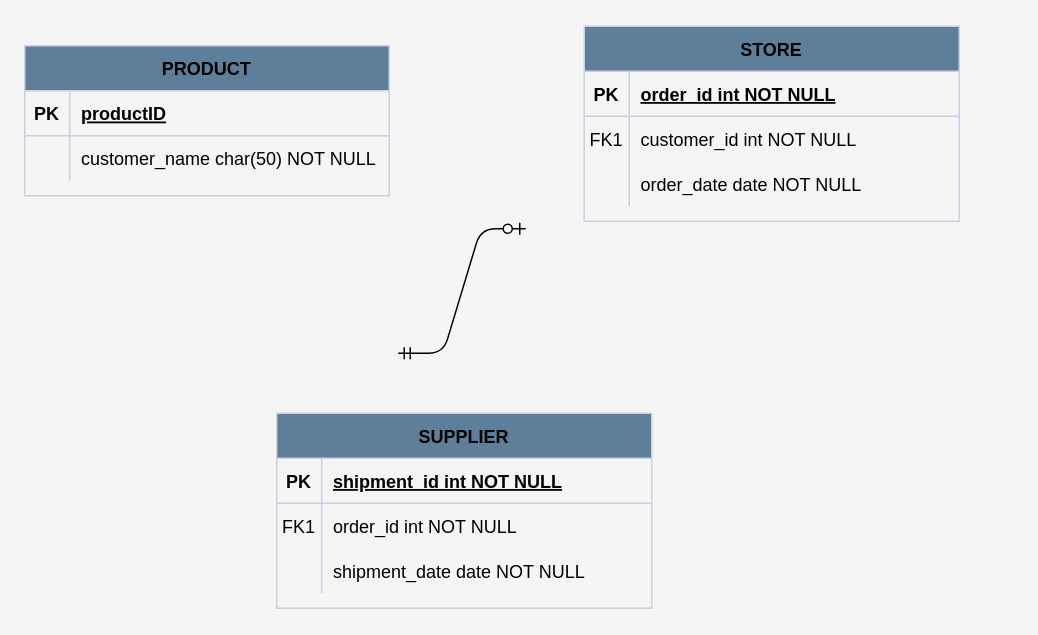
Before: Inventory Management.drawio in PLP-assignments/Database-ERD, a draw.io diagram. Source tidied: cells renumbered, new cells numbered last; positions are measured from the earlier drawing's top-left corner, leaving out a move shared by most shapes. Both pictures are drawn from the tidied source at 150%, with x=0, y=0 at pixel (24, 26).
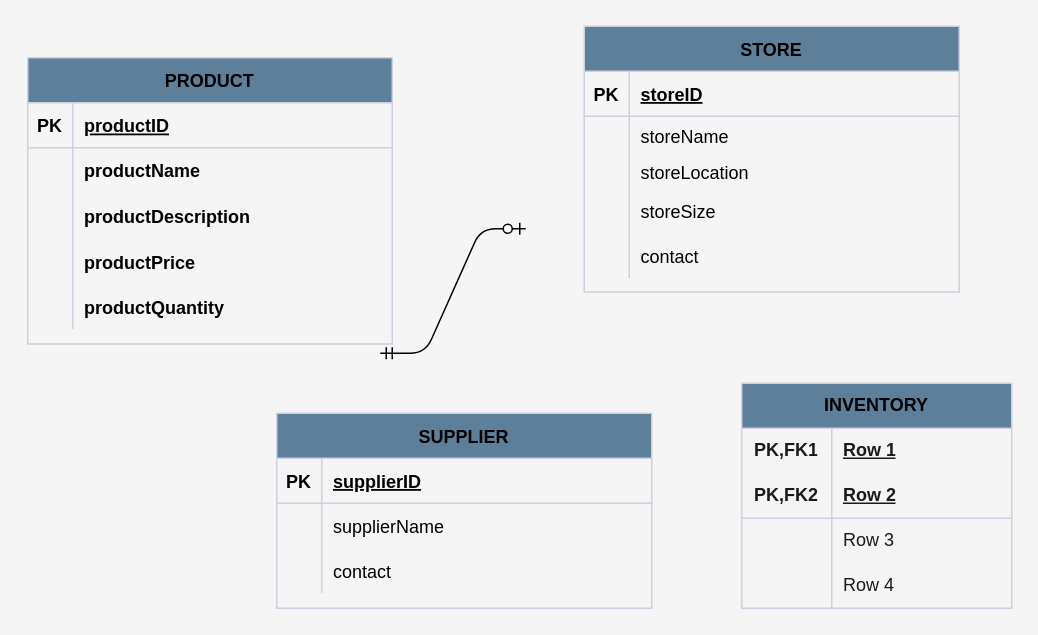
Above is the later version.

The change refers to these unchanged cells:
```xml
<mxCell id="3" style="shape=partialRectangle;fillColor=none;top=0;left=0;right=0;bottom=1;labelBackgroundColor=none;strokeColor=#D0CEE2;fontColor=default;swimlaneLine=1;shadow=0;" parent="2" vertex="1">
  <mxGeometry y="30" width="250" height="30" as="geometry" />
</mxCell>
<mxCell id="13" style="shape=partialRectangle;fillColor=none;top=0;left=0;right=0;bottom=1;labelBackgroundColor=none;strokeColor=#D0CEE2;fontColor=default;swimlaneLine=1;shadow=0;" parent="12" vertex="1">
  <mxGeometry y="30" width="250" height="30" as="geometry" />
</mxCell>
<mxCell id="16" style="shape=partialRectangle;fillColor=none;top=0;left=0;right=0;bottom=0;labelBackgroundColor=none;strokeColor=#D0CEE2;fontColor=default;swimlaneLine=1;shadow=0;" parent="12" vertex="1">
  <mxGeometry y="60" width="250" height="30" as="geometry" />
</mxCell>
<mxCell id="19" style="shape=partialRectangle;fillColor=none;top=0;left=0;right=0;bottom=0;labelBackgroundColor=none;strokeColor=#D0CEE2;fontColor=default;swimlaneLine=1;shadow=0;" parent="12" vertex="1">
  <mxGeometry y="90" width="250" height="30" as="geometry" />
</mxCell>
<mxCell id="26" style="shape=partialRectangle;fillColor=none;points=[[0,0.5],[1,0.5]];portConstraint=eastwest;top=0;left=0;right=0;bottom=0;labelBackgroundColor=none;strokeColor=#D0CEE2;fontColor=default;swimlaneLine=1;shadow=0;" parent="22" vertex="1">
  <mxGeometry y="60" width="243" height="30" as="geometry" />
</mxCell>
```

What changed in the source:
```diff
@@
     <mxCell id="2" value="STORE" style="shape=table;startSize=30;childLayout=tableLayout;rowLines=0;fontStyle=1;align=center;labelBackgroundColor=none;fillColor=#5D7F99;strokeColor=#D0CEE2;fontColor=default;swimlaneLine=1;shadow=0;" parent="1" vertex="1">
-      <mxGeometry x="373" width="250" height="130" as="geometry" />
+      <mxGeometry x="373" width="250" height="177.2" as="geometry" />
     </mxCell>
@@
-    <mxCell id="5" value="order_id int NOT NULL " style="shape=partialRectangle;overflow=hidden;fillColor=none;top=0;left=0;bottom=0;right=0;align=left;spacingLeft=6;fontStyle=5;labelBackgroundColor=none;strokeColor=#D0CEE2;fontColor=default;swimlaneLine=1;shadow=0;" parent="3" vertex="1">
+    <mxCell id="5" value="storeID" style="shape=partialRectangle;overflow=hidden;fillColor=none;top=0;left=0;bottom=0;right=0;align=left;spacingLeft=6;fontStyle=5;labelBackgroundColor=none;strokeColor=#D0CEE2;fontColor=default;swimlaneLine=1;shadow=0;" parent="3" vertex="1">
       <mxGeometry x="30" width="220" height="30" as="geometry" />
     </mxCell>
     <mxCell id="6" style="shape=partialRectangle;fillColor=none;top=0;left=0;right=0;bottom=0;labelBackgroundColor=none;strokeColor=#D0CEE2;fontColor=default;swimlaneLine=1;shadow=0;" parent="2" vertex="1">
-      <mxGeometry y="60" width="250" height="30" as="geometry" />
+      <mxGeometry y="60" width="250" height="26" as="geometry" />
     </mxCell>
-    <mxCell id="7" value="FK1" style="shape=partialRectangle;overflow=hidden;fillColor=none;top=0;left=0;bottom=0;right=0;labelBackgroundColor=none;strokeColor=#D0CEE2;fontColor=default;swimlaneLine=1;shadow=0;" parent="6" vertex="1">
-      <mxGeometry width="30" height="30" as="geometry" />
+    <mxCell id="7" style="shape=partialRectangle;overflow=hidden;fillColor=none;top=0;left=0;bottom=0;right=0;labelBackgroundColor=none;strokeColor=#D0CEE2;fontColor=default;swimlaneLine=1;shadow=0;" parent="6" vertex="1">
+      <mxGeometry width="30" height="26" as="geometry" />
     </mxCell>
-    <mxCell id="8" value="customer_id int NOT NULL" style="shape=partialRectangle;overflow=hidden;fillColor=none;top=0;left=0;bottom=0;right=0;align=left;spacingLeft=6;labelBackgroundColor=none;strokeColor=#D0CEE2;fontColor=default;swimlaneLine=1;shadow=0;" parent="6" vertex="1">
-      <mxGeometry x="30" width="220" height="30" as="geometry" />
+    <mxCell id="8" value="storeName" style="shape=partialRectangle;overflow=hidden;fillColor=none;top=0;left=0;bottom=0;right=0;align=left;spacingLeft=6;labelBackgroundColor=none;strokeColor=#D0CEE2;fontColor=default;swimlaneLine=1;shadow=0;" parent="6" vertex="1">
+      <mxGeometry x="30" width="220" height="26" as="geometry" />
     </mxCell>
     <mxCell id="9" style="shape=partialRectangle;fillColor=none;points=[[0,0.5],[1,0.5]];portConstraint=eastwest;top=0;left=0;right=0;bottom=0;labelBackgroundColor=none;strokeColor=#D0CEE2;fontColor=default;swimlaneLine=1;shadow=0;" parent="2" vertex="1">
-      <mxGeometry y="90" width="250" height="30" as="geometry" />
+      <mxGeometry y="86" width="250" height="22" as="geometry" />
     </mxCell>
     <mxCell id="10" style="shape=partialRectangle;overflow=hidden;fillColor=none;top=0;left=0;bottom=0;right=0;labelBackgroundColor=none;strokeColor=#D0CEE2;fontColor=default;swimlaneLine=1;shadow=0;" parent="9" vertex="1">
-      <mxGeometry width="30" height="30" as="geometry" />
+      <mxGeometry width="30" height="22" as="geometry" />
     </mxCell>
-    <mxCell id="11" value="order_date date NOT NULL" style="shape=partialRectangle;overflow=hidden;fillColor=none;top=0;left=0;bottom=0;right=0;align=left;spacingLeft=6;labelBackgroundColor=none;strokeColor=#D0CEE2;fontColor=default;swimlaneLine=1;shadow=0;" parent="9" vertex="1">
-      <mxGeometry x="30" width="220" height="30" as="geometry" />
+    <mxCell id="11" value="storeLocation" style="shape=partialRectangle;overflow=hidden;fillColor=none;top=0;left=0;bottom=0;right=0;align=left;spacingLeft=6;labelBackgroundColor=none;strokeColor=#D0CEE2;fontColor=default;swimlaneLine=1;shadow=0;" parent="9" vertex="1">
+      <mxGeometry x="30" width="220" height="22" as="geometry" />
     </mxCell>
+    <mxCell id="31" style="shape=partialRectangle;fillColor=none;top=0;left=0;right=0;bottom=0;labelBackgroundColor=none;strokeColor=#D0CEE2;fontColor=default;swimlaneLine=1;shadow=0;" parent="2" vertex="1">
+      <mxGeometry y="108" width="250" height="30" as="geometry" />
+    </mxCell>
+    <mxCell id="32" style="shape=partialRectangle;overflow=hidden;fillColor=none;top=0;left=0;bottom=0;right=0;labelBackgroundColor=none;strokeColor=#D0CEE2;fontColor=default;swimlaneLine=1;shadow=0;" parent="31" vertex="1">
+      <mxGeometry width="30" height="30" as="geometry" />
+    </mxCell>
+    <mxCell id="33" value="storeSize" style="shape=partialRectangle;overflow=hidden;fillColor=none;top=0;left=0;bottom=0;right=0;align=left;spacingLeft=6;labelBackgroundColor=none;strokeColor=#D0CEE2;fontColor=default;swimlaneLine=1;shadow=0;" parent="31" vertex="1">
+      <mxGeometry x="30" width="220" height="30" as="geometry" />
+    </mxCell>
+    <mxCell id="34" style="shape=partialRectangle;fillColor=none;top=0;left=0;right=0;bottom=0;labelBackgroundColor=none;strokeColor=#D0CEE2;fontColor=default;swimlaneLine=1;shadow=0;" parent="2" vertex="1">
+      <mxGeometry y="138" width="250" height="30" as="geometry" />
+    </mxCell>
+    <mxCell id="35" value="&#10;" style="shape=partialRectangle;overflow=hidden;fillColor=none;top=0;left=0;bottom=0;right=0;labelBackgroundColor=none;strokeColor=#D0CEE2;fontColor=default;swimlaneLine=1;shadow=0;" parent="34" vertex="1">
+      <mxGeometry width="30" height="30" as="geometry" />
+    </mxCell>
+    <mxCell id="36" value="contact" style="shape=partialRectangle;overflow=hidden;fillColor=none;top=0;left=0;bottom=0;right=0;align=left;spacingLeft=6;labelBackgroundColor=none;strokeColor=#D0CEE2;fontColor=default;swimlaneLine=1;shadow=0;" parent="34" vertex="1">
+      <mxGeometry x="30" width="220" height="30" as="geometry" />
+    </mxCell>
@@
-    <mxCell id="15" value="shipment_id int NOT NULL " style="shape=partialRectangle;overflow=hidden;fillColor=none;top=0;left=0;bottom=0;right=0;align=left;spacingLeft=6;fontStyle=5;labelBackgroundColor=none;strokeColor=#D0CEE2;fontColor=default;swimlaneLine=1;shadow=0;" parent="13" vertex="1">
+    <mxCell id="15" value="supplierID" style="shape=partialRectangle;overflow=hidden;fillColor=none;top=0;left=0;bottom=0;right=0;align=left;spacingLeft=6;fontStyle=5;labelBackgroundColor=none;strokeColor=#D0CEE2;fontColor=default;swimlaneLine=1;shadow=0;" parent="13" vertex="1">
       <mxGeometry x="30" width="220" height="30" as="geometry" />
     </mxCell>
@@
-    <mxCell id="17" value="FK1" style="shape=partialRectangle;overflow=hidden;fillColor=none;top=0;left=0;bottom=0;right=0;labelBackgroundColor=none;strokeColor=#D0CEE2;fontColor=default;swimlaneLine=1;shadow=0;" parent="16" vertex="1">
+    <mxCell id="17" style="shape=partialRectangle;overflow=hidden;fillColor=none;top=0;left=0;bottom=0;right=0;labelBackgroundColor=none;strokeColor=#D0CEE2;fontColor=default;swimlaneLine=1;shadow=0;" parent="16" vertex="1">
       <mxGeometry width="30" height="30" as="geometry" />
     </mxCell>
-    <mxCell id="18" value="order_id int NOT NULL" style="shape=partialRectangle;overflow=hidden;fillColor=none;top=0;left=0;bottom=0;right=0;align=left;spacingLeft=6;labelBackgroundColor=none;strokeColor=#D0CEE2;fontColor=default;swimlaneLine=1;shadow=0;" parent="16" vertex="1">
+    <mxCell id="18" value="supplierName" style="shape=partialRectangle;overflow=hidden;fillColor=none;top=0;left=0;bottom=0;right=0;align=left;spacingLeft=6;labelBackgroundColor=none;strokeColor=#D0CEE2;fontColor=default;swimlaneLine=1;shadow=0;" parent="16" vertex="1">
       <mxGeometry x="30" width="220" height="30" as="geometry" />
     </mxCell>
@@
-    <mxCell id="21" value="shipment_date date NOT NULL" style="shape=partialRectangle;overflow=hidden;fillColor=none;top=0;left=0;bottom=0;right=0;align=left;spacingLeft=6;labelBackgroundColor=none;strokeColor=#D0CEE2;fontColor=default;swimlaneLine=1;shadow=0;" parent="19" vertex="1">
+    <mxCell id="21" value="contact" style="shape=partialRectangle;overflow=hidden;fillColor=none;top=0;left=0;bottom=0;right=0;align=left;spacingLeft=6;labelBackgroundColor=none;strokeColor=#D0CEE2;fontColor=default;swimlaneLine=1;shadow=0;" parent="19" vertex="1">
       <mxGeometry x="30" width="220" height="30" as="geometry" />
     </mxCell>
     <mxCell id="22" value="PRODUCT" style="shape=table;startSize=30;childLayout=tableLayout;rowLines=0;fontStyle=1;align=center;labelBackgroundColor=none;fillColor=#5D7F99;strokeColor=#D0CEE2;fontColor=default;swimlaneLine=1;shadow=0;" parent="1" vertex="1">
-      <mxGeometry y="13" width="243" height="100" as="geometry" />
+      <mxGeometry x="2" y="21" width="243" height="190.8" as="geometry" />
     </mxCell>
@@
-    <mxCell id="28" value="customer_name char(50) NOT NULL" style="shape=partialRectangle;overflow=hidden;fillColor=none;top=0;left=0;bottom=0;right=0;align=left;spacingLeft=6;labelBackgroundColor=none;strokeColor=#D0CEE2;fontColor=default;swimlaneLine=1;shadow=0;" parent="26" vertex="1">
+    <mxCell id="28" value="productName" style="shape=partialRectangle;overflow=hidden;fillColor=none;top=0;left=0;bottom=0;right=0;align=left;spacingLeft=6;labelBackgroundColor=none;strokeColor=#D0CEE2;fontColor=default;swimlaneLine=1;shadow=0;fontStyle=1;" parent="26" vertex="1">
       <mxGeometry x="30" width="213" height="30" as="geometry" />
     </mxCell>
+    <mxCell id="37" style="shape=partialRectangle;fillColor=none;top=0;left=0;right=0;bottom=0;labelBackgroundColor=none;strokeColor=#D0CEE2;fontColor=default;swimlaneLine=1;shadow=0;" parent="22" vertex="1">
+      <mxGeometry y="90" width="243" height="31" as="geometry" />
+    </mxCell>
+    <mxCell id="38" style="shape=partialRectangle;overflow=hidden;fillColor=none;top=0;left=0;bottom=0;right=0;labelBackgroundColor=none;strokeColor=#D0CEE2;fontColor=default;swimlaneLine=1;shadow=0;" parent="37" vertex="1">
+      <mxGeometry width="30" height="31" as="geometry" />
+    </mxCell>
+    <mxCell id="39" value="productDescription" style="shape=partialRectangle;overflow=hidden;fillColor=none;top=0;left=0;bottom=0;right=0;align=left;spacingLeft=6;labelBackgroundColor=none;strokeColor=#D0CEE2;fontColor=default;swimlaneLine=1;shadow=0;fontStyle=1;" parent="37" vertex="1">
+      <mxGeometry x="30" width="213" height="31" as="geometry" />
+    </mxCell>
+    <mxCell id="40" style="shape=partialRectangle;fillColor=none;top=0;left=0;right=0;bottom=0;labelBackgroundColor=none;strokeColor=#D0CEE2;fontColor=default;swimlaneLine=1;shadow=0;" parent="22" vertex="1">
+      <mxGeometry y="121" width="243" height="30" as="geometry" />
+    </mxCell>
+    <mxCell id="41" style="shape=partialRectangle;overflow=hidden;fillColor=none;top=0;left=0;bottom=0;right=0;labelBackgroundColor=none;strokeColor=#D0CEE2;fontColor=default;swimlaneLine=1;shadow=0;" parent="40" vertex="1">
+      <mxGeometry width="30" height="30" as="geometry" />
+    </mxCell>
+    <mxCell id="42" value="productPrice" style="shape=partialRectangle;overflow=hidden;fillColor=none;top=0;left=0;bottom=0;right=0;align=left;spacingLeft=6;labelBackgroundColor=none;strokeColor=#D0CEE2;fontColor=default;swimlaneLine=1;shadow=0;fontStyle=1;" parent="40" vertex="1">
+      <mxGeometry x="30" width="213" height="30" as="geometry" />
+    </mxCell>
+    <mxCell id="43" style="shape=partialRectangle;fillColor=none;top=0;left=0;right=0;bottom=0;labelBackgroundColor=none;strokeColor=#D0CEE2;fontColor=default;swimlaneLine=1;shadow=0;" parent="22" vertex="1">
+      <mxGeometry y="151" width="243" height="30" as="geometry" />
+    </mxCell>
+    <mxCell id="44" style="shape=partialRectangle;overflow=hidden;fillColor=none;top=0;left=0;bottom=0;right=0;labelBackgroundColor=none;strokeColor=#D0CEE2;fontColor=default;swimlaneLine=1;shadow=0;" parent="43" vertex="1">
+      <mxGeometry width="30" height="30" as="geometry" />
+    </mxCell>
+    <mxCell id="45" value="productQuantity" style="shape=partialRectangle;overflow=hidden;fillColor=none;top=0;left=0;bottom=0;right=0;align=left;spacingLeft=6;labelBackgroundColor=none;strokeColor=#D0CEE2;fontColor=default;swimlaneLine=1;shadow=0;fontStyle=1;" parent="43" vertex="1">
+      <mxGeometry x="30" width="213" height="30" as="geometry" />
+    </mxCell>
@@
     <mxCell id="30" style="edgeStyle=entityRelationEdgeStyle;fontSize=12;html=1;endArrow=ERzeroToOne;startArrow=ERmandOne;rounded=1;strokeColor=#000000;fontColor=#1A1A1A;curved=0;" parent="1" edge="1">
       <mxGeometry relative="1" as="geometry">
-        <mxPoint x="249" y="218" as="sourcePoint" />
+        <mxPoint x="237" y="218" as="sourcePoint" />
         <mxPoint x="334" y="135" as="targetPoint" />
         <Array as="points">
           <mxPoint x="313" y="228" />
           <mxPoint x="308" y="191" />
         </Array>
       </mxGeometry>
     </mxCell>
+    <mxCell id="46" value="&lt;font style=&quot;--darkreader-inline-color: #e8e6e3;&quot; color=&quot;#000000&quot;&gt;INVENTORY&lt;/font&gt;" style="shape=table;startSize=30;childLayout=tableLayout;rowLines=0;fontStyle=1;align=center;html=1;whiteSpace=wrap;strokeColor=#D0CEE2;fontColor=#1A1A1A;fillColor=#5D7F99;" parent="1" vertex="1">
+      <mxGeometry x="478" y="238" width="180" height="150" as="geometry" />
+    </mxCell>
+    <mxCell id="47" style="shape=tableRow;horizontal=0;startSize=0;swimlaneHead=0;swimlaneBody=0;fillColor=none;top=0;left=0;right=0;bottom=0;html=1;strokeColor=#D0CEE2;fontColor=#1A1A1A;" parent="46" vertex="1">
+      <mxGeometry y="30" width="180" height="30" as="geometry" />
+    </mxCell>
+    <mxCell id="48" value="PK,FK1" style="shape=partialRectangle;fillColor=none;top=0;left=0;bottom=0;right=0;fontStyle=1;overflow=hidden;html=1;whiteSpace=wrap;strokeColor=#D0CEE2;fontColor=#1A1A1A;" parent="47" vertex="1">
+      <mxGeometry width="60" height="30" as="geometry" />
+    </mxCell>
+    <mxCell id="49" value="Row 1" style="shape=partialRectangle;fillColor=none;top=0;left=0;bottom=0;right=0;align=left;spacingLeft=6;fontStyle=5;overflow=hidden;html=1;whiteSpace=wrap;strokeColor=#D0CEE2;fontColor=#1A1A1A;" parent="47" vertex="1">
+      <mxGeometry x="60" width="120" height="30" as="geometry" />
+    </mxCell>
+    <mxCell id="50" style="shape=tableRow;horizontal=0;startSize=0;swimlaneHead=0;swimlaneBody=0;fillColor=none;top=0;left=0;right=0;bottom=1;html=1;strokeColor=#D0CEE2;fontColor=#1A1A1A;" parent="46" vertex="1">
+      <mxGeometry y="60" width="180" height="30" as="geometry" />
+    </mxCell>
+    <mxCell id="51" value="PK,FK2" style="shape=partialRectangle;fillColor=none;top=0;left=0;bottom=0;right=0;fontStyle=1;overflow=hidden;html=1;whiteSpace=wrap;strokeColor=#D0CEE2;fontColor=#1A1A1A;" parent="50" vertex="1">
+      <mxGeometry width="60" height="30" as="geometry" />
+    </mxCell>
+    <mxCell id="52" value="Row 2" style="shape=partialRectangle;fillColor=none;top=0;left=0;bottom=0;right=0;align=left;spacingLeft=6;fontStyle=5;overflow=hidden;html=1;whiteSpace=wrap;strokeColor=#D0CEE2;fontColor=#1A1A1A;" parent="50" vertex="1">
+      <mxGeometry x="60" width="120" height="30" as="geometry" />
+    </mxCell>
+    <mxCell id="53" style="shape=tableRow;horizontal=0;startSize=0;swimlaneHead=0;swimlaneBody=0;fillColor=none;top=0;left=0;right=0;bottom=0;html=1;strokeColor=#D0CEE2;fontColor=#1A1A1A;" parent="46" vertex="1">
+      <mxGeometry y="90" width="180" height="30" as="geometry" />
+    </mxCell>
+    <mxCell id="54" style="shape=partialRectangle;fillColor=none;top=0;left=0;bottom=0;right=0;overflow=hidden;html=1;whiteSpace=wrap;strokeColor=#D0CEE2;fontColor=#1A1A1A;" parent="53" vertex="1">
+      <mxGeometry width="60" height="30" as="geometry" />
+    </mxCell>
+    <mxCell id="55" value="Row 3" style="shape=partialRectangle;fillColor=none;top=0;left=0;bottom=0;right=0;align=left;spacingLeft=6;overflow=hidden;html=1;whiteSpace=wrap;strokeColor=#D0CEE2;fontColor=#1A1A1A;" parent="53" vertex="1">
+      <mxGeometry x="60" width="120" height="30" as="geometry" />
+    </mxCell>
+    <mxCell id="56" style="shape=tableRow;horizontal=0;startSize=0;swimlaneHead=0;swimlaneBody=0;fillColor=none;top=0;left=0;right=0;bottom=0;html=1;strokeColor=#D0CEE2;fontColor=#1A1A1A;" parent="46" vertex="1">
+      <mxGeometry y="120" width="180" height="30" as="geometry" />
+    </mxCell>
+    <mxCell id="57" style="shape=partialRectangle;fillColor=none;top=0;left=0;bottom=0;right=0;overflow=hidden;html=1;whiteSpace=wrap;strokeColor=#D0CEE2;fontColor=#1A1A1A;" parent="56" vertex="1">
+      <mxGeometry width="60" height="30" as="geometry" />
+    </mxCell>
+    <mxCell id="58" value="Row 4" style="shape=partialRectangle;fillColor=none;top=0;left=0;bottom=0;right=0;align=left;spacingLeft=6;overflow=hidden;html=1;whiteSpace=wrap;strokeColor=#D0CEE2;fontColor=#1A1A1A;" parent="56" vertex="1">
+      <mxGeometry x="60" width="120" height="30" as="geometry" />
+    </mxCell>
```
